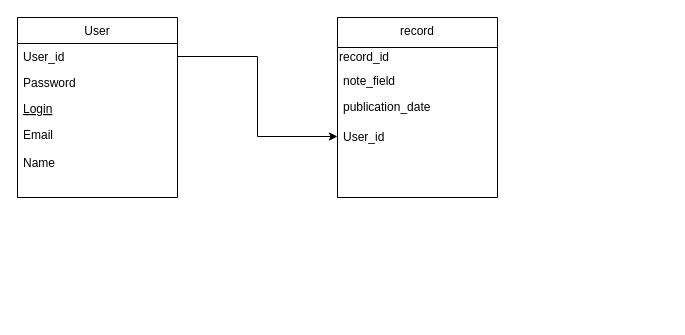
Earlier version of the draw.io diagram BD_notes.drawio (BezDarn0s1/notes_project). Source tidied: cells renumbered, new cells numbered last; positions are measured from the earlier drawing's top-left corner, leaving out a move shared by most shapes. Both pictures are drawn from the tidied source at 100%, with x=0, y=0 at pixel (17, 17).
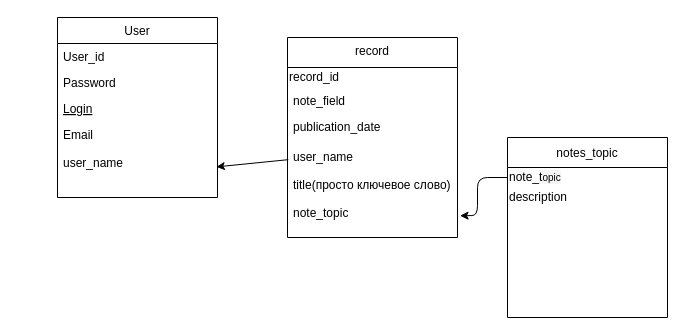
Above is the later version.

What changed in the source:
```diff
@@
 <mxGraphModel>
   <root>
     <mxCell id="0" />
     <mxCell id="1" parent="0" />
     <mxCell id="2" value="User" style="swimlane;fontStyle=0;align=center;verticalAlign=top;horizontal=1;startSize=26;rounded=0;shadow=0;strokeWidth=1;" parent="1" vertex="1">
-      <mxGeometry width="160" height="180" as="geometry" />
+      <mxGeometry x="40" width="160" height="180" as="geometry" />
     </mxCell>
     <mxCell id="3" value="User_id" style="text;align=left;verticalAlign=top;spacingLeft=4;spacingRight=4;overflow=hidden;points=[[0,0.5],[1,0.5]];portConstraint=eastwest;" parent="2" vertex="1">
       <mxGeometry y="26" width="160" height="26" as="geometry" />
     </mxCell>
     <mxCell id="4" value="Password" style="text;align=left;verticalAlign=top;spacingLeft=4;spacingRight=4;overflow=hidden;rounded=0;shadow=0;html=0;" parent="2" vertex="1">
       <mxGeometry y="52" width="160" height="26" as="geometry" />
     </mxCell>
     <mxCell id="5" value="Login" style="text;align=left;verticalAlign=top;spacingLeft=4;spacingRight=4;overflow=hidden;fontStyle=4;" parent="2" vertex="1">
       <mxGeometry y="78" width="160" height="26" as="geometry" />
     </mxCell>
-    <mxCell id="6" value="Email&#10;&#10;Name" style="text;align=left;verticalAlign=top;spacingLeft=4;spacingRight=4;overflow=hidden;points=[[0,0.5],[1,0.5]];portConstraint=eastwest;" parent="2" vertex="1">
+    <mxCell id="6" value="Email&#10;&#10;user_name" style="text;align=left;verticalAlign=top;spacingLeft=4;spacingRight=4;overflow=hidden;points=[[0,0.5],[1,0.5]];portConstraint=eastwest;" parent="2" vertex="1">
       <mxGeometry y="104" width="160" height="46" as="geometry" />
     </mxCell>
     <mxCell id="7" value="record" style="swimlane;fontStyle=0;align=center;verticalAlign=top;horizontal=1;startSize=30;rounded=0;shadow=0;strokeWidth=1;" parent="1" vertex="1">
-      <mxGeometry x="320" width="160" height="180" as="geometry" />
+      <mxGeometry x="270" y="20" width="170" height="200" as="geometry" />
     </mxCell>
     <mxCell id="8" value="record_id" style="text;html=1;align=left;verticalAlign=middle;strokeColor=none;fillColor=none;rounded=0;" parent="7" vertex="1">
-      <mxGeometry y="30" width="160" height="20" as="geometry" />
+      <mxGeometry y="30" width="170" height="20" as="geometry" />
     </mxCell>
     <mxCell id="9" value="note_field" style="text;align=left;verticalAlign=top;spacingLeft=4;spacingRight=4;overflow=hidden;rounded=0;shadow=0;html=0;" parent="7" vertex="1">
-      <mxGeometry y="50" width="160" height="26" as="geometry" />
+      <mxGeometry y="50" width="170" height="26" as="geometry" />
     </mxCell>
     <mxCell id="10" value="publication_date" style="text;align=left;verticalAlign=top;spacingLeft=4;spacingRight=4;overflow=hidden;rounded=0;shadow=0;html=0;" parent="7" vertex="1">
-      <mxGeometry y="76" width="160" height="30" as="geometry" />
+      <mxGeometry y="76" width="170" height="30" as="geometry" />
     </mxCell>
-    <mxCell id="11" value="User_id" style="text;align=left;verticalAlign=top;spacingLeft=4;spacingRight=4;overflow=hidden;points=[[0,0.5],[1,0.5]];portConstraint=eastwest;" parent="7" vertex="1">
-      <mxGeometry y="106" width="160" height="26" as="geometry" />
+    <mxCell id="11" value="user_name&#10;&#10;title(просто ключевое слово)&#10;&#10;note_topic" style="text;align=left;verticalAlign=top;spacingLeft=4;spacingRight=4;overflow=hidden;points=[[0,0.5],[1,0.5]];portConstraint=eastwest;" parent="7" vertex="1">
+      <mxGeometry y="106" width="170" height="80" as="geometry" />
     </mxCell>
-    <mxCell id="12" style="edgeStyle=orthogonalEdgeStyle;rounded=0;jettySize=auto;html=1;exitX=1;exitY=0.5;exitDx=0;exitDy=0;entryX=0;entryY=0.5;entryDx=0;entryDy=0;" parent="1" edge="1" source="3" target="11">
-      <mxGeometry relative="1" as="geometry" />
-    </mxCell>
+    <mxCell id="13" value="notes_topic" style="swimlane;fontStyle=0;align=center;verticalAlign=middle;horizontal=1;startSize=30;rounded=0;shadow=0;strokeWidth=1;labelPosition=center;verticalLabelPosition=middle;" parent="1" vertex="1">
+      <mxGeometry x="490" y="120" width="160" height="180" as="geometry" />
+    </mxCell>
+    <mxCell id="14" value="note_&lt;font face=&quot;arial, helvetica, sans-serif&quot;&gt;&lt;span style=&quot;background-color: rgba(0 , 0 , 0 , 0.04)&quot;&gt;t&lt;font size=&quot;1&quot;&gt;opic&lt;/font&gt;&lt;/span&gt;&lt;/font&gt;" style="text;html=1;align=left;verticalAlign=middle;points=[];strokeColor=none;fillColor=none;rounded=0;" parent="13" vertex="1">
+      <mxGeometry y="30" width="160" height="20" as="geometry" />
+    </mxCell>
+    <mxCell id="15" value="description" style="text;html=1;align=left;verticalAlign=middle;strokeColor=none;fillColor=none;" parent="13" vertex="1">
+      <mxGeometry y="50" width="160" height="20" as="geometry" />
+    </mxCell>
+    <mxCell id="16" style="edgeStyle=none;html=1;entryX=1.015;entryY=0.903;entryDx=0;entryDy=0;entryPerimeter=0;" parent="1" edge="1" source="14" target="11">
+      <mxGeometry relative="1" as="geometry">
+        <Array as="points">
+          <mxPoint x="460" y="160" />
+          <mxPoint x="460" y="198" />
+        </Array>
+      </mxGeometry>
+    </mxCell>
+    <mxCell id="17" style="edgeStyle=none;html=1;fontSize=12;fontColor=#F0F0F0;entryX=0.993;entryY=0.987;entryDx=0;entryDy=0;entryPerimeter=0;exitX=0.005;exitY=0.202;exitDx=0;exitDy=0;exitPerimeter=0;" parent="1" edge="1" source="11" target="6">
+      <mxGeometry relative="1" as="geometry" />
+    </mxCell>
   </root>
 </mxGraphModel>
```
